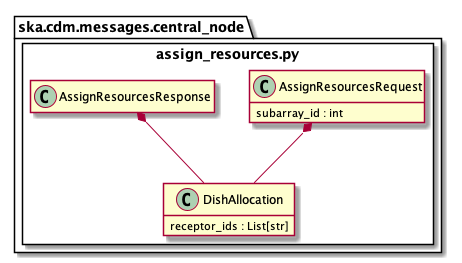
Earlier version of the PlantUML export docs/src/developer/centralnode/assignresources.png (ska-telescope/cdm-shared-library).
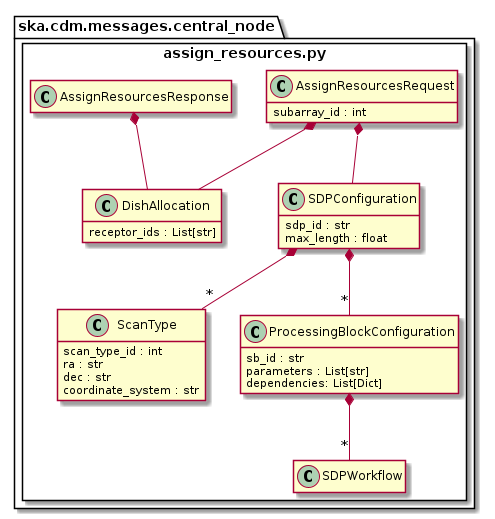
The same diagram one commit later.

Commit message:
Updating subarraynode docs - add tmc, add csp_id to csp scan config

What changed in the source:
```diff
@@ -7,10 +7,32 @@
 			receptor_ids : List[str]
 		}
 
+        class ScanType {
+            scan_type_id : int
+            ra : str
+            dec : str
+            coordinate_system : str
+        }
+
+        class ProcessingBlockConfiguration {
+            sb_id : str
+            parameters : List[str]
+            dependencies: List[Dict]
+        }
+        ProcessingBlockConfiguration *-- "*" SDPWorkflow
+
+        class SDPConfiguration {
+            sdp_id : str
+            max_length : float
+		}
+        SDPConfiguration *-- "*" ScanType
+        SDPConfiguration *-- "*" ProcessingBlockConfiguration
+
 		class AssignResourcesRequest {
 			subarray_id : int
 		}
 		AssignResourcesRequest *-- DishAllocation
+        AssignResourcesRequest *-- SDPConfiguration
 
 		class AssignResourcesResponse
 		AssignResourcesResponse *-- DishAllocation
```
